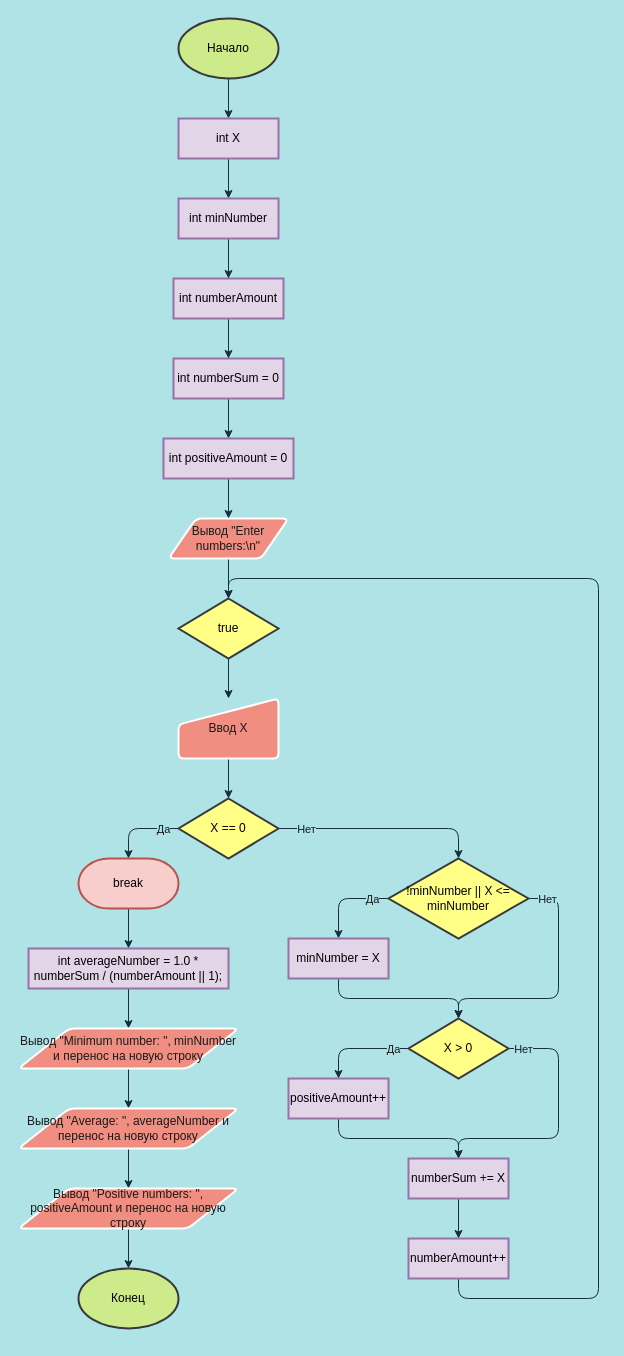
Before: page "Лабораторная работа №2" (2 of 3) of flowcharts_for_labs.drawio in MoonFoxy/Programming_labs, a draw.io diagram. Source tidied: cells renumbered, new cells numbered last; positions are measured from the earlier drawing's top-left corner, leaving out a move shared by most shapes. Both pictures are drawn from the tidied source at 100%, with x=0, y=0 at pixel (18, 18).
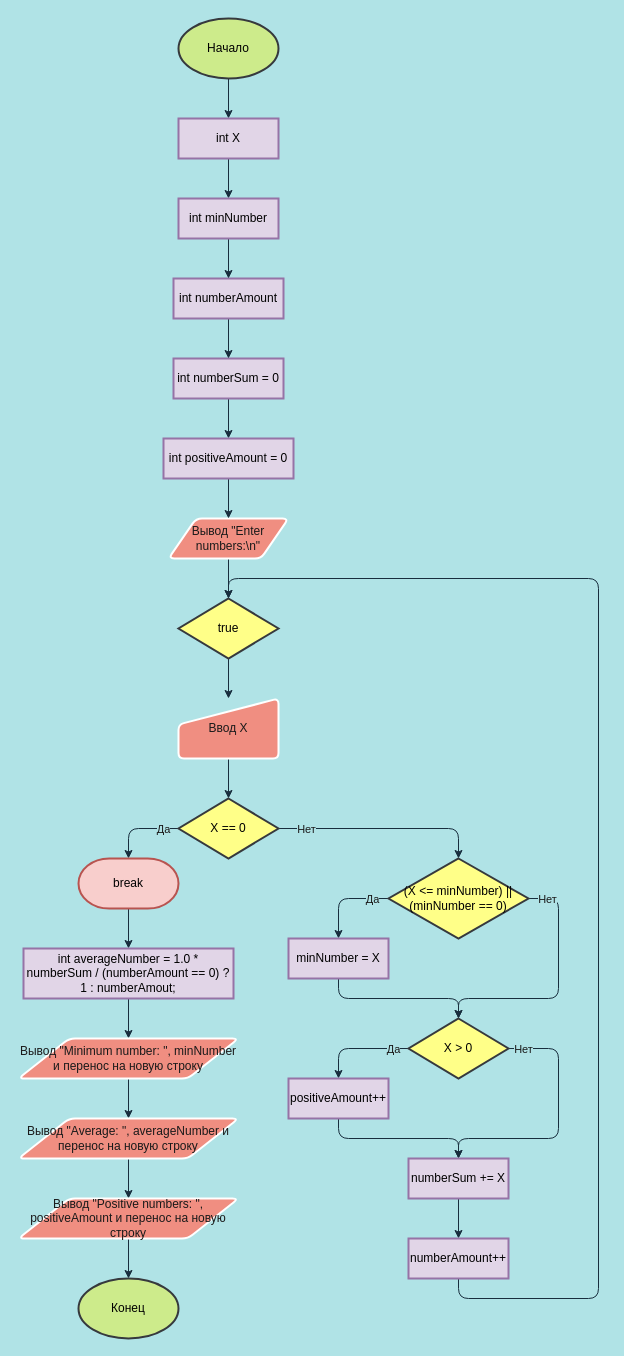
The same page after the edit.

What changed in the source:
```diff
@@
-    <mxCell id="28" value="int averageNumber = 1.0 * numberSum / (numberAmount || 1);" style="whiteSpace=wrap;html=1;absoluteArcSize=1;arcSize=14;strokeWidth=2;fillColor=#e1d5e7;strokeColor=#9673a6;" parent="1" vertex="1">
-      <mxGeometry x="10" y="930" width="200" height="40" as="geometry" />
+    <mxCell id="28" value="int averageNumber = 1.0 * numberSum / (numberAmount == 0) ? 1 : numberAmout;" style="whiteSpace=wrap;html=1;absoluteArcSize=1;arcSize=14;strokeWidth=2;fillColor=#e1d5e7;strokeColor=#9673a6;" parent="1" vertex="1">
+      <mxGeometry x="5" y="930" width="210" height="50" as="geometry" />
     </mxCell>
@@
     <mxCell id="30" value="Вывод &quot;Minimum number: &quot;, minNumber и перенос на новую строку" style="shape=parallelogram;strokeWidth=2;perimeter=parallelogramPerimeter;rounded=1;arcSize=12;size=0.23;sketch=0;fillColor=#F08E81;fontColor=#1A1A1A;strokeColor=#FFFFFF;horizontal=1;labelBorderColor=none;whiteSpace=wrap;" parent="1" vertex="1">
-      <mxGeometry y="1010" width="220" height="40" as="geometry" />
+      <mxGeometry y="1020" width="220" height="40" as="geometry" />
     </mxCell>
@@
     <mxCell id="32" value="Вывод &quot;Average: &quot;, averageNumber и перенос на новую строку" style="shape=parallelogram;html=1;strokeWidth=2;perimeter=parallelogramPerimeter;whiteSpace=wrap;rounded=1;arcSize=12;size=0.23;sketch=0;fillColor=#F08E81;fontColor=#1A1A1A;strokeColor=#FFFFFF;" parent="1" vertex="1">
-      <mxGeometry y="1090" width="220" height="40" as="geometry" />
+      <mxGeometry y="1100" width="220" height="40" as="geometry" />
     </mxCell>
@@
     <mxCell id="34" value="Вывод &quot;Positive numbers: &quot;, positiveAmount и перенос на новую строку" style="shape=parallelogram;html=1;strokeWidth=2;perimeter=parallelogramPerimeter;whiteSpace=wrap;rounded=1;arcSize=12;size=0.23;sketch=0;fillColor=#F08E81;fontColor=#1A1A1A;strokeColor=#FFFFFF;" parent="1" vertex="1">
-      <mxGeometry y="1170" width="220" height="40" as="geometry" />
+      <mxGeometry y="1180" width="220" height="40" as="geometry" />
     </mxCell>
     <mxCell id="35" value="Конец" style="strokeWidth=2;html=1;shape=mxgraph.flowchart.start_1;whiteSpace=wrap;fillColor=#cdeb8b;strokeColor=#36393d;" parent="1" vertex="1">
-      <mxGeometry x="60" y="1250" width="100" height="60" as="geometry" />
+      <mxGeometry x="60" y="1260" width="100" height="60" as="geometry" />
     </mxCell>
@@
-    <mxCell id="40" value="&lt;font style=&quot;font-size: 12px&quot;&gt;!minNumber || X &amp;lt;= minNumber&lt;/font&gt;" style="strokeWidth=2;html=1;shape=mxgraph.flowchart.decision;whiteSpace=wrap;fillColor=#ffff88;strokeColor=#36393d;" parent="1" vertex="1">
+    <mxCell id="40" value="&lt;font style=&quot;font-size: 12px&quot;&gt;(X &amp;lt;= minNumber) || (minNumber == 0)&lt;/font&gt;" style="strokeWidth=2;html=1;shape=mxgraph.flowchart.decision;whiteSpace=wrap;fillColor=#ffff88;strokeColor=#36393d;" parent="1" vertex="1">
       <mxGeometry x="370" y="840" width="140" height="80" as="geometry" />
     </mxCell>
```
